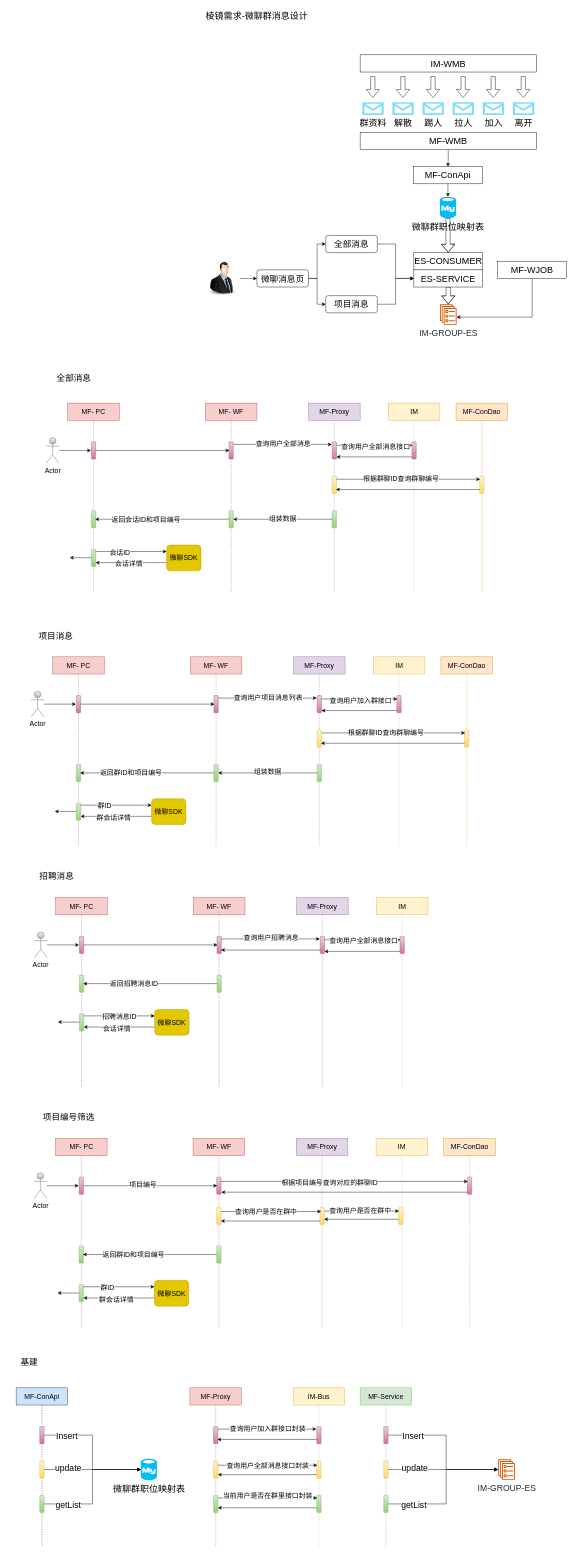
This is 棱镜项目需求.drawio from LuOyEbY/draw-b, a draw.io file, before an edit. Source tidied: cells renumbered, new cells numbered last; positions are measured from the earlier drawing's top-left corner, leaving out a move shared by most shapes. Both pictures are drawn from the tidied source at 43%, with x=0, y=0 at pixel (16, 7).
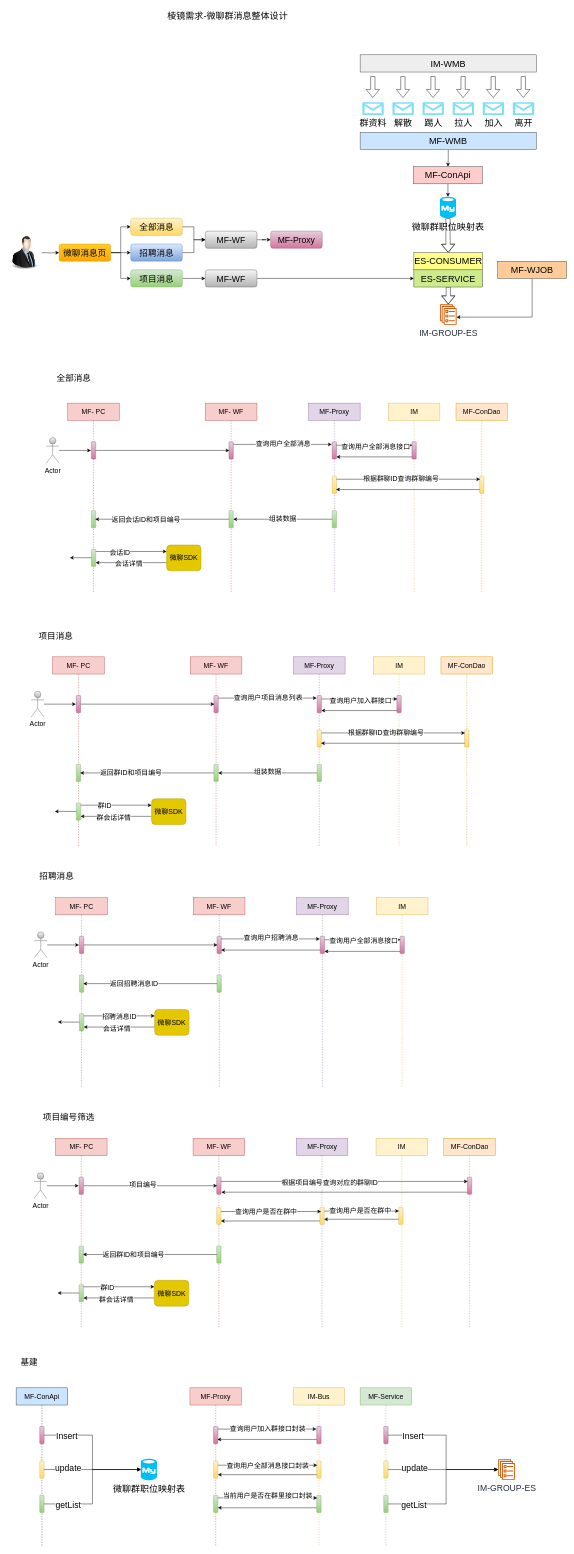
The same page after the edit.

Commit message (it also covers changes not shown here):
更新棱镜项目需求.drawio

Change to the diagram source:
```diff
@@
-    <mxCell id="2" value="棱镜需求-微聊群消息设计" style="text;html=1;strokeColor=none;fillColor=none;align=center;verticalAlign=middle;whiteSpace=wrap;rounded=0;fontSize=21;" parent="1" vertex="1">
-      <mxGeometry x="440" width="240" height="40" as="geometry" />
+    <mxCell id="2" value="棱镜需求-微聊群消息整体设计" style="text;html=1;strokeColor=none;fillColor=none;align=center;verticalAlign=middle;whiteSpace=wrap;rounded=0;fontSize=21;" parent="1" vertex="1">
+      <mxGeometry x="322.2" width="340" height="40" as="geometry" />
     </mxCell>
@@
-    <mxCell id="15" value="IM-WMB" style="rounded=0;whiteSpace=wrap;html=1;shadow=0;glass=0;fontSize=21;" parent="1" vertex="1">
+    <mxCell id="15" value="IM-WMB" style="rounded=0;whiteSpace=wrap;html=1;shadow=0;glass=0;fontSize=21;fillColor=#eeeeee;strokeColor=#36393d;" parent="1" vertex="1">
       <mxGeometry x="800" y="110" width="410" height="40" as="geometry" />
     </mxCell>
@@
-    <mxCell id="23" value="ES-SERVICE" style="rounded=0;whiteSpace=wrap;html=1;shadow=0;glass=0;fontSize=21;" parent="1" vertex="1">
+    <mxCell id="23" value="ES-SERVICE" style="rounded=0;whiteSpace=wrap;html=1;shadow=0;glass=0;fontSize=21;fillColor=#cdeb8b;strokeColor=#36393d;" parent="1" vertex="1">
       <mxGeometry x="925" y="610" width="160" height="40" as="geometry" />
     </mxCell>
@@
-    <mxCell id="25" value="MF-WMB" style="rounded=0;whiteSpace=wrap;html=1;shadow=0;glass=0;fontSize=21;" parent="1" vertex="1">
+    <mxCell id="25" value="MF-WMB" style="rounded=0;whiteSpace=wrap;html=1;shadow=0;glass=0;fontSize=21;fillColor=#cce5ff;strokeColor=#36393d;" parent="1" vertex="1">
       <mxGeometry x="800" y="290" width="410" height="40" as="geometry" />
     </mxCell>
@@
-    <mxCell id="28" value="ES-CONSUMER" style="rounded=0;whiteSpace=wrap;html=1;shadow=0;glass=0;fontSize=21;" parent="1" vertex="1">
+    <mxCell id="28" value="ES-CONSUMER" style="rounded=0;whiteSpace=wrap;html=1;shadow=0;glass=0;fontSize=21;fillColor=#ffff88;strokeColor=#36393d;" parent="1" vertex="1">
       <mxGeometry x="925" y="570" width="160" height="40" as="geometry" />
     </mxCell>
     <mxCell id="29" style="edgeStyle=orthogonalEdgeStyle;rounded=0;jettySize=auto;html=1;fontSize=20;" parent="1" edge="1" target="33">
       <mxGeometry relative="1" as="geometry">
-        <mxPoint x="520" y="630" as="sourcePoint" />
+        <mxPoint x="60" y="570" as="sourcePoint" />
       </mxGeometry>
     </mxCell>
     <mxCell id="30" style="image;html=1;image=img/lib/clip_art/people/Suit_Man_128x128.png;rounded=0;shadow=0;glass=0;fontSize=20;" parent="1" vertex="1">
-      <mxGeometry x="440" y="590" width="80" height="80" as="geometry" />
+      <mxGeometry x="-20" y="530" width="80" height="80" as="geometry" />
     </mxCell>
+    <mxCell id="217" style="edgeStyle=orthogonalEdgeStyle;rounded=0;jettySize=auto;html=1;fontSize=16;" parent="1" edge="1" source="33" target="221">
+      <mxGeometry relative="1" as="geometry" />
+    </mxCell>
-    <mxCell id="31" style="edgeStyle=orthogonalEdgeStyle;rounded=0;jettySize=auto;html=1;fontSize=20;" parent="1" edge="1" source="33" target="35">
-      <mxGeometry relative="1" as="geometry">
-        <Array as="points">
-          <mxPoint x="700" y="630" />
-          <mxPoint x="700" y="550" />
-        </Array>
-      </mxGeometry>
+    <mxCell id="31" style="edgeStyle=orthogonalEdgeStyle;rounded=0;jettySize=auto;html=1;entryX=0;entryY=0.5;entryDx=0;entryDy=0;fontSize=16;" parent="1" edge="1" source="33" target="35">
+      <mxGeometry relative="1" as="geometry" />
     </mxCell>
-    <mxCell id="32" style="edgeStyle=orthogonalEdgeStyle;rounded=0;jettySize=auto;html=1;fontSize=20;" parent="1" edge="1" source="33" target="37">
-      <mxGeometry relative="1" as="geometry">
-        <Array as="points">
-          <mxPoint x="700" y="630" />
-          <mxPoint x="700" y="690" />
-        </Array>
-      </mxGeometry>
+    <mxCell id="32" style="edgeStyle=orthogonalEdgeStyle;rounded=0;jettySize=auto;html=1;entryX=0;entryY=0.5;entryDx=0;entryDy=0;fontSize=16;" parent="1" edge="1" source="33" target="37">
+      <mxGeometry relative="1" as="geometry" />
     </mxCell>
-    <mxCell id="33" value="微聊消息页" style="rounded=1;whiteSpace=wrap;html=1;shadow=0;glass=0;fontSize=20;" parent="1" vertex="1">
-      <mxGeometry x="560" y="610" width="120" height="40" as="geometry" />
+    <mxCell id="33" value="微聊消息页" style="rounded=1;whiteSpace=wrap;html=1;shadow=0;glass=0;fontSize=20;fillColor=#ffcd28;gradientColor=#ffa500;strokeColor=#d79b00;" parent="1" vertex="1">
+      <mxGeometry x="100" y="550" width="120" height="40" as="geometry" />
     </mxCell>
-    <mxCell id="34" style="edgeStyle=orthogonalEdgeStyle;rounded=0;jettySize=auto;html=1;entryX=0;entryY=0.5;entryDx=0;entryDy=0;fontSize=20;" parent="1" edge="1" source="35" target="23">
-      <mxGeometry relative="1" as="geometry" />
-    </mxCell>
+    <mxCell id="218" style="edgeStyle=orthogonalEdgeStyle;rounded=0;jettySize=auto;html=1;fontSize=16;" parent="1" edge="1" source="35" target="223">
+      <mxGeometry relative="1" as="geometry" />
+    </mxCell>
-    <mxCell id="35" value="全部消息" style="rounded=1;whiteSpace=wrap;html=1;shadow=0;glass=0;fontSize=20;fillColor=rgb(255, 255, 255);" parent="1" vertex="1">
-      <mxGeometry x="720" y="530" width="120" height="40" as="geometry" />
+    <mxCell id="35" value="全部消息" style="rounded=1;whiteSpace=wrap;html=1;shadow=0;glass=0;fontSize=20;fillColor=#fff2cc;gradientColor=#ffd966;strokeColor=#d6b656;" parent="1" vertex="1">
+      <mxGeometry x="266.5" y="490" width="120" height="40" as="geometry" />
     </mxCell>
-    <mxCell id="36" style="edgeStyle=orthogonalEdgeStyle;rounded=0;jettySize=auto;html=1;entryX=0;entryY=0.5;entryDx=0;entryDy=0;fontSize=20;" parent="1" edge="1" source="37" target="23">
-      <mxGeometry relative="1" as="geometry" />
-    </mxCell>
+    <mxCell id="219" style="edgeStyle=orthogonalEdgeStyle;rounded=0;jettySize=auto;html=1;fontSize=16;" parent="1" edge="1" source="37" target="226">
+      <mxGeometry relative="1" as="geometry" />
+    </mxCell>
-    <mxCell id="37" value="项目消息" style="rounded=1;whiteSpace=wrap;html=1;shadow=0;glass=0;fontSize=20;fillColor=rgb(255, 255, 255);" parent="1" vertex="1">
-      <mxGeometry x="720" y="670" width="120" height="40" as="geometry" />
+    <mxCell id="37" value="项目消息" style="rounded=1;whiteSpace=wrap;html=1;shadow=0;glass=0;fontSize=20;fillColor=#d5e8d4;gradientColor=#97d077;strokeColor=#82b366;" parent="1" vertex="1">
+      <mxGeometry x="266.5" y="610" width="120" height="40" as="geometry" />
     </mxCell>
@@
-    <mxCell id="39" value="MF-WJOB" style="rounded=0;whiteSpace=wrap;html=1;shadow=0;glass=0;fontSize=21;" parent="1" vertex="1">
+    <mxCell id="39" value="MF-WJOB" style="rounded=0;whiteSpace=wrap;html=1;shadow=0;glass=0;fontSize=21;fillColor=#ffcc99;strokeColor=#36393d;" parent="1" vertex="1">
       <mxGeometry x="1120" y="590" width="160" height="40" as="geometry" />
     </mxCell>
@@
-    <mxCell id="41" value="MF-ConApi" style="rounded=0;whiteSpace=wrap;html=1;shadow=0;glass=0;fontSize=21;" parent="1" vertex="1">
+    <mxCell id="41" value="MF-ConApi" style="rounded=0;whiteSpace=wrap;html=1;shadow=0;glass=0;fontSize=21;fillColor=#ffcccc;strokeColor=#36393d;" parent="1" vertex="1">
       <mxGeometry x="924.2" y="370" width="160" height="40" as="geometry" />
     </mxCell>
@@
+    <mxCell id="220" style="edgeStyle=orthogonalEdgeStyle;rounded=0;jettySize=auto;html=1;entryX=0;entryY=0.5;entryDx=0;entryDy=0;fontSize=16;" parent="1" edge="1" source="221" target="223">
+      <mxGeometry relative="1" as="geometry" />
+    </mxCell>
+    <mxCell id="221" value="招聘消息" style="rounded=1;whiteSpace=wrap;html=1;shadow=0;glass=0;fontSize=20;fillColor=#dae8fc;gradientColor=#7ea6e0;strokeColor=#6c8ebf;" parent="1" vertex="1">
+      <mxGeometry x="266.5" y="550" width="120" height="40" as="geometry" />
+    </mxCell>
+    <mxCell id="222" style="edgeStyle=orthogonalEdgeStyle;rounded=0;jettySize=auto;html=1;fontSize=16;" parent="1" edge="1" source="223" target="224">
+      <mxGeometry relative="1" as="geometry" />
+    </mxCell>
+    <mxCell id="223" value="MF-WF" style="rounded=1;whiteSpace=wrap;html=1;shadow=0;glass=0;fontSize=20;fillColor=#f5f5f5;gradientColor=#b3b3b3;strokeColor=#666666;" parent="1" vertex="1">
+      <mxGeometry x="440" y="520" width="120" height="40" as="geometry" />
+    </mxCell>
+    <mxCell id="224" value="MF-Proxy" style="rounded=1;whiteSpace=wrap;html=1;shadow=0;glass=0;fontSize=20;fillColor=#e6d0de;gradientColor=#d5739d;strokeColor=#996185;" parent="1" vertex="1">
+      <mxGeometry x="591.8" y="520" width="120" height="40" as="geometry" />
+    </mxCell>
+    <mxCell id="225" style="edgeStyle=orthogonalEdgeStyle;rounded=0;jettySize=auto;html=1;entryX=0;entryY=0.5;entryDx=0;entryDy=0;fontSize=16;" parent="1" edge="1" source="226" target="23">
+      <mxGeometry relative="1" as="geometry" />
+    </mxCell>
+    <mxCell id="226" value="MF-WF" style="rounded=1;whiteSpace=wrap;html=1;shadow=0;glass=0;fontSize=20;fillColor=#f5f5f5;gradientColor=#b3b3b3;strokeColor=#666666;" parent="1" vertex="1">
+      <mxGeometry x="440" y="610" width="120" height="40" as="geometry" />
+    </mxCell>
```
